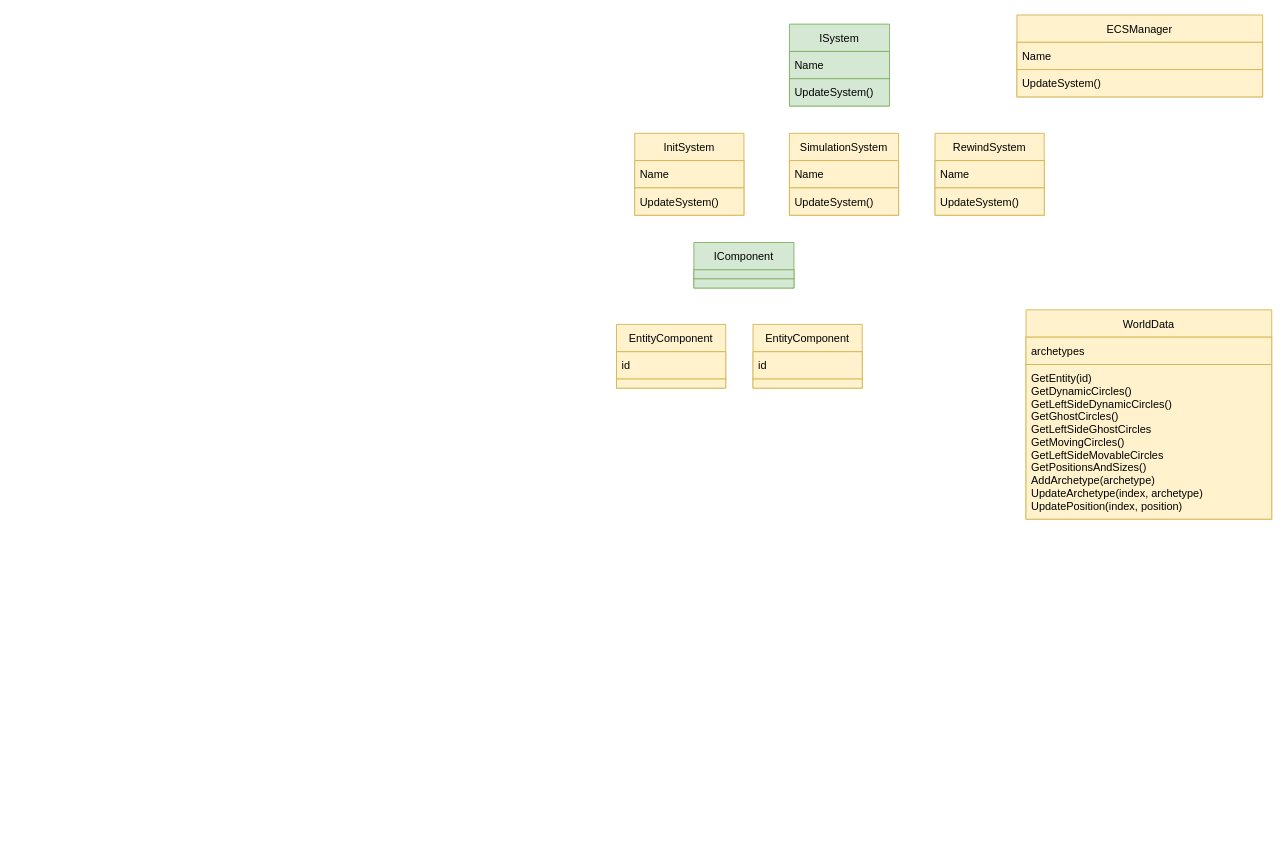
This is Untitled Diagram.drawio from ejurquet/diagrams, a draw.io file, before an edit. Source tidied: cells renumbered, new cells numbered last; positions are measured from the earlier drawing's top-left corner, leaving out a move shared by most shapes. Both pictures are drawn from the tidied source at 91%, with x=0, y=0 at pixel (616, 15).
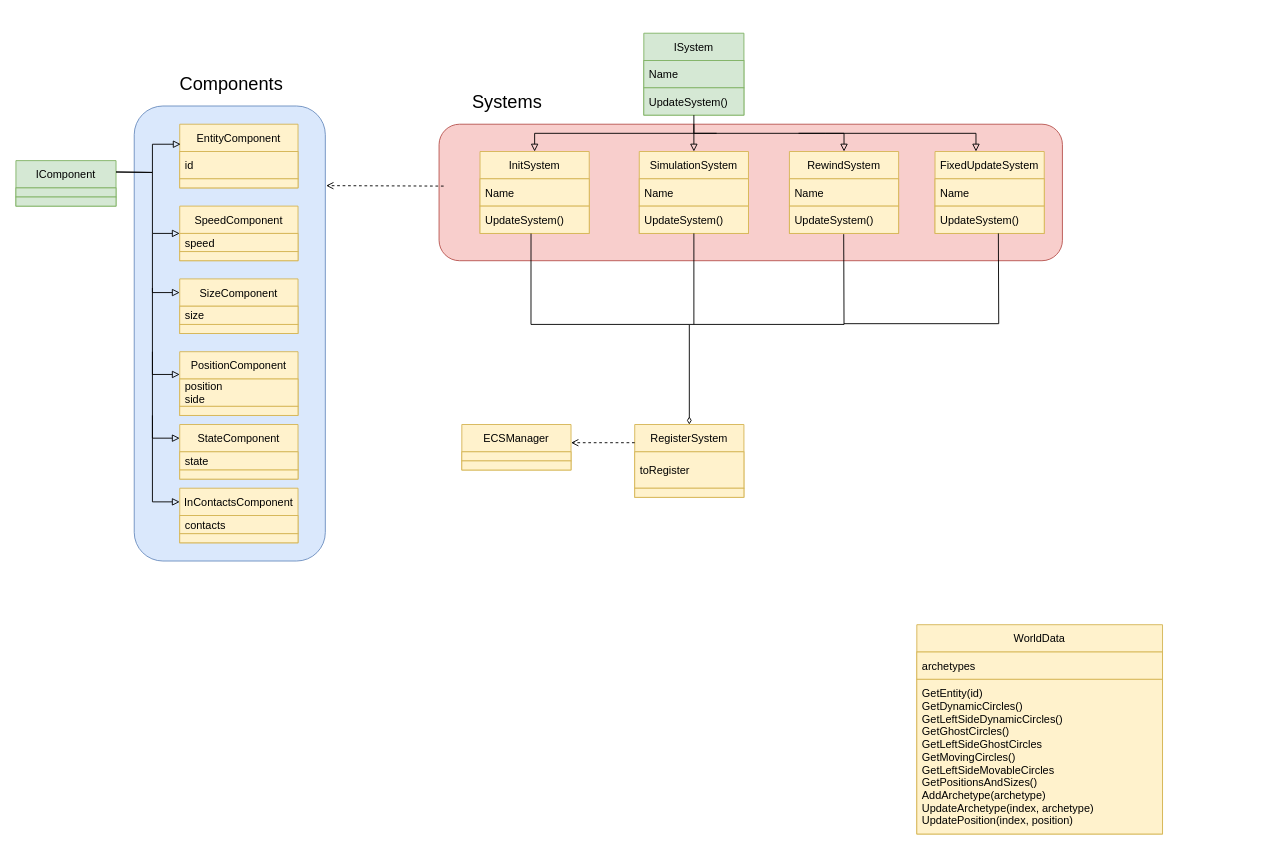
The same diagram, later.

The change refers to these unchanged cells:
```xml
<mxCell id="4" value="UpdateSystem()" style="text;strokeColor=#d6b656;fillColor=#fff2cc;align=left;verticalAlign=middle;spacingLeft=4;spacingRight=4;overflow=hidden;points=[[0,0.5],[1,0.5]];portConstraint=eastwest;" parent="2" vertex="1">
  <mxGeometry y="60" width="120" height="30" as="geometry" />
</mxCell>
<mxCell id="13" value="UpdateSystem()" style="text;strokeColor=#d6b656;fillColor=#fff2cc;align=left;verticalAlign=middle;spacingLeft=4;spacingRight=4;overflow=hidden;points=[[0,0.5],[1,0.5]];portConstraint=eastwest;" parent="11" vertex="1">
  <mxGeometry y="60" width="120" height="30" as="geometry" />
</mxCell>
```

Change to the diagram source:
```diff
@@
+    <mxCell id="29" style="rounded=1;whiteSpace=wrap;html=1;strokeColor=#b85450;fillColor=#f8cecc;" parent="1" vertex="1">
+      <mxGeometry x="-195" y="120" width="685" height="150" as="geometry" />
+    </mxCell>
+    <mxCell id="30" style="rounded=1;whiteSpace=wrap;html=1;strokeColor=#6c8ebf;fillColor=#dae8fc;" parent="1" vertex="1">
+      <mxGeometry x="-530" y="100" width="210" height="500" as="geometry" />
+    </mxCell>
     <mxCell id="2" value="InitSystem" style="swimlane;fontStyle=0;horizontal=1;startSize=30;fillColor=#fff2cc;strokeColor=#d6b656;" parent="1" vertex="1">
-      <mxGeometry x="20" y="130" width="120" height="90" as="geometry" />
+      <mxGeometry x="-150" y="150" width="120" height="90" as="geometry" />
     </mxCell>
@@
     <mxCell id="5" value="ISystem" style="swimlane;fontStyle=0;horizontal=1;startSize=30;fillColor=#d5e8d4;strokeColor=#82b366;" parent="1" vertex="1">
-      <mxGeometry x="190" y="10" width="110" height="90" as="geometry" />
+      <mxGeometry x="30" y="20" width="110" height="90" as="geometry" />
     </mxCell>
@@
     <mxCell id="8" value="SimulationSystem" style="swimlane;fontStyle=0;horizontal=1;startSize=30;fillColor=#fff2cc;strokeColor=#d6b656;" parent="1" vertex="1">
-      <mxGeometry x="190" y="130" width="120" height="90" as="geometry" />
+      <mxGeometry x="25" y="150" width="120" height="90" as="geometry" />
     </mxCell>
@@
     <mxCell id="11" value="RewindSystem" style="swimlane;fontStyle=0;horizontal=1;startSize=30;fillColor=#fff2cc;strokeColor=#d6b656;" parent="1" vertex="1">
-      <mxGeometry x="350" y="130" width="120" height="90" as="geometry" />
+      <mxGeometry x="190" y="150" width="120" height="90" as="geometry" />
     </mxCell>
@@
     <mxCell id="14" value="ECSManager" style="swimlane;fontStyle=0;horizontal=1;startSize=30;fillColor=#fff2cc;strokeColor=#d6b656;" parent="1" vertex="1">
-      <mxGeometry x="440" width="270" height="90" as="geometry" />
+      <mxGeometry x="-170" y="450" width="120" height="50" as="geometry" />
     </mxCell>
-    <mxCell id="15" value="Name" style="text;strokeColor=#d6b656;fillColor=#fff2cc;align=left;verticalAlign=middle;spacingLeft=4;spacingRight=4;overflow=hidden;" parent="14" vertex="1">
-      <mxGeometry y="30" width="270" height="30" as="geometry" />
+    <mxCell id="15" style="text;strokeColor=#d6b656;fillColor=#fff2cc;align=left;verticalAlign=middle;spacingLeft=4;spacingRight=4;overflow=hidden;" parent="14" vertex="1">
+      <mxGeometry y="30" width="120" height="10" as="geometry" />
     </mxCell>
-    <mxCell id="16" value="UpdateSystem()" style="text;strokeColor=#d6b656;fillColor=#fff2cc;align=left;verticalAlign=middle;spacingLeft=4;spacingRight=4;overflow=hidden;" parent="14" vertex="1">
-      <mxGeometry y="60" width="270" height="30" as="geometry" />
+    <mxCell id="16" style="text;strokeColor=#d6b656;fillColor=#fff2cc;align=left;verticalAlign=middle;spacingLeft=4;spacingRight=4;overflow=hidden;" parent="14" vertex="1">
+      <mxGeometry y="40" width="120" height="10" as="geometry" />
     </mxCell>
     <mxCell id="17" value="IComponent" style="swimlane;fontStyle=0;horizontal=1;startSize=30;fillColor=#d5e8d4;strokeColor=#82b366;" parent="1" vertex="1">
-      <mxGeometry x="85" y="250" width="110" height="50" as="geometry" />
+      <mxGeometry x="-660" y="160" width="110" height="50" as="geometry" />
     </mxCell>
@@
-    <mxCell id="20" value="EntityComponent" style="swimlane;fontStyle=0;horizontal=1;startSize=30;fillColor=#fff2cc;strokeColor=#d6b656;" parent="1" vertex="1">
-      <mxGeometry y="340" width="120" height="70" as="geometry" />
+    <mxCell id="20" value="SpeedComponent" style="swimlane;fontStyle=0;horizontal=1;startSize=30;fillColor=#fff2cc;strokeColor=#d6b656;" parent="1" vertex="1">
+      <mxGeometry x="-480" y="210" width="130" height="60" as="geometry" />
     </mxCell>
-    <mxCell id="21" value="id" style="text;strokeColor=#d6b656;fillColor=#fff2cc;align=left;verticalAlign=middle;spacingLeft=4;spacingRight=4;overflow=hidden;" parent="20" vertex="1">
-      <mxGeometry y="30" width="120" height="30" as="geometry" />
+    <mxCell id="21" value="speed" style="text;strokeColor=#d6b656;fillColor=#fff2cc;align=left;verticalAlign=middle;spacingLeft=4;spacingRight=4;overflow=hidden;" parent="20" vertex="1">
+      <mxGeometry y="30" width="130" height="20" as="geometry" />
     </mxCell>
     <mxCell id="22" style="text;strokeColor=#d6b656;fillColor=#fff2cc;align=left;verticalAlign=middle;spacingLeft=4;spacingRight=4;overflow=hidden;" parent="20" vertex="1">
-      <mxGeometry y="60" width="120" height="10" as="geometry" />
+      <mxGeometry y="50" width="130" height="10" as="geometry" />
     </mxCell>
     <mxCell id="23" value="EntityComponent" style="swimlane;fontStyle=0;horizontal=1;startSize=30;fillColor=#fff2cc;strokeColor=#d6b656;" parent="1" vertex="1">
-      <mxGeometry x="150" y="340" width="120" height="70" as="geometry" />
+      <mxGeometry x="-480" y="120" width="130" height="70" as="geometry" />
     </mxCell>
     <mxCell id="24" value="id" style="text;strokeColor=#d6b656;fillColor=#fff2cc;align=left;verticalAlign=middle;spacingLeft=4;spacingRight=4;overflow=hidden;" parent="23" vertex="1">
-      <mxGeometry y="30" width="120" height="30" as="geometry" />
+      <mxGeometry y="30" width="130" height="30" as="geometry" />
     </mxCell>
     <mxCell id="25" style="text;strokeColor=#d6b656;fillColor=#fff2cc;align=left;verticalAlign=middle;spacingLeft=4;spacingRight=4;overflow=hidden;" parent="23" vertex="1">
-      <mxGeometry y="60" width="120" height="10" as="geometry" />
+      <mxGeometry y="60" width="130" height="10" as="geometry" />
     </mxCell>
     <mxCell id="26" value="WorldData" style="swimlane;fontStyle=0;horizontal=1;startSize=30;fillColor=#fff2cc;strokeColor=#d6b656;" parent="1" vertex="1">
-      <mxGeometry x="450" y="324" width="270" height="230" as="geometry" />
+      <mxGeometry x="330" y="670" width="270" height="230" as="geometry" />
     </mxCell>
@@
+    <mxCell id="31" value="RegisterSystem" style="swimlane;fontStyle=0;horizontal=1;startSize=30;fillColor=#fff2cc;strokeColor=#d6b656;" parent="1" vertex="1">
+      <mxGeometry x="20" y="450" width="120" height="80" as="geometry" />
+    </mxCell>
+    <mxCell id="32" value="toRegister" style="text;strokeColor=#d6b656;fillColor=#fff2cc;align=left;verticalAlign=middle;spacingLeft=4;spacingRight=4;overflow=hidden;" parent="31" vertex="1">
+      <mxGeometry y="30" width="120" height="40" as="geometry" />
+    </mxCell>
+    <mxCell id="33" style="text;strokeColor=#d6b656;fillColor=#fff2cc;align=left;verticalAlign=middle;spacingLeft=4;spacingRight=4;overflow=hidden;" parent="31" vertex="1">
+      <mxGeometry y="70" width="120" height="10" as="geometry" />
+    </mxCell>
+    <mxCell id="34" style="endArrow=block;html=1;rounded=0;exitX=0.5;exitY=1;exitDx=0;exitDy=0;entryX=0.5;entryY=0;entryDx=0;entryDy=0;endFill=0;" parent="1" edge="1" source="5" target="8">
+      <mxGeometry relative="1" as="geometry" />
+    </mxCell>
+    <mxCell id="35" style="endArrow=block;html=1;rounded=0;entryX=0.5;entryY=0;entryDx=0;entryDy=0;endFill=0;" parent="1" edge="1" target="11">
+      <mxGeometry relative="1" as="geometry">
+        <mxPoint x="85" y="120" as="sourcePoint" />
+        <Array as="points">
+          <mxPoint x="85" y="130" />
+          <mxPoint x="250" y="130" />
+        </Array>
+      </mxGeometry>
+    </mxCell>
+    <mxCell id="36" style="endArrow=block;html=1;rounded=0;entryX=0.5;entryY=0;entryDx=0;entryDy=0;endFill=0;" parent="1" edge="1" target="2">
+      <mxGeometry relative="1" as="geometry">
+        <mxPoint x="110" y="130" as="sourcePoint" />
+        <Array as="points">
+          <mxPoint x="86" y="130" />
+          <mxPoint x="-90" y="130" />
+        </Array>
+      </mxGeometry>
+    </mxCell>
+    <mxCell id="37" style="endArrow=block;html=1;rounded=0;entryX=0.008;entryY=0.314;entryDx=0;entryDy=0;endFill=0;exitX=1;exitY=0.25;exitDx=0;exitDy=0;entryPerimeter=0;" parent="1" edge="1" source="17" target="23">
+      <mxGeometry relative="1" as="geometry">
+        <Array as="points">
+          <mxPoint x="-510" y="173" />
+          <mxPoint x="-510" y="142" />
+        </Array>
+      </mxGeometry>
+    </mxCell>
+    <mxCell id="38" value="SizeComponent" style="swimlane;fontStyle=0;horizontal=1;startSize=30;fillColor=#fff2cc;strokeColor=#d6b656;" parent="1" vertex="1">
+      <mxGeometry x="-480" y="290" width="130" height="60" as="geometry" />
+    </mxCell>
+    <mxCell id="39" value="size" style="text;strokeColor=#d6b656;fillColor=#fff2cc;align=left;verticalAlign=middle;spacingLeft=4;spacingRight=4;overflow=hidden;" parent="38" vertex="1">
+      <mxGeometry y="30" width="130" height="20" as="geometry" />
+    </mxCell>
+    <mxCell id="40" style="text;strokeColor=#d6b656;fillColor=#fff2cc;align=left;verticalAlign=middle;spacingLeft=4;spacingRight=4;overflow=hidden;" parent="38" vertex="1">
+      <mxGeometry y="50" width="130" height="10" as="geometry" />
+    </mxCell>
+    <mxCell id="41" value="PositionComponent" style="swimlane;fontStyle=0;horizontal=1;startSize=30;fillColor=#fff2cc;strokeColor=#d6b656;" parent="1" vertex="1">
+      <mxGeometry x="-480" y="370" width="130" height="70" as="geometry" />
+    </mxCell>
+    <mxCell id="42" value="position&#10;side" style="text;strokeColor=#d6b656;fillColor=#fff2cc;align=left;verticalAlign=middle;spacingLeft=4;spacingRight=4;overflow=hidden;" parent="41" vertex="1">
+      <mxGeometry y="30" width="130" height="30" as="geometry" />
+    </mxCell>
+    <mxCell id="43" style="text;strokeColor=#d6b656;fillColor=#fff2cc;align=left;verticalAlign=middle;spacingLeft=4;spacingRight=4;overflow=hidden;" parent="41" vertex="1">
+      <mxGeometry y="60" width="130" height="10" as="geometry" />
+    </mxCell>
+    <mxCell id="44" value="StateComponent" style="swimlane;fontStyle=0;horizontal=1;startSize=30;fillColor=#fff2cc;strokeColor=#d6b656;" parent="1" vertex="1">
+      <mxGeometry x="-480" y="450" width="130" height="60" as="geometry" />
+    </mxCell>
+    <mxCell id="45" value="state" style="text;strokeColor=#d6b656;fillColor=#fff2cc;align=left;verticalAlign=middle;spacingLeft=4;spacingRight=4;overflow=hidden;" parent="44" vertex="1">
+      <mxGeometry y="30" width="130" height="20" as="geometry" />
+    </mxCell>
+    <mxCell id="46" style="text;strokeColor=#d6b656;fillColor=#fff2cc;align=left;verticalAlign=middle;spacingLeft=4;spacingRight=4;overflow=hidden;" parent="44" vertex="1">
+      <mxGeometry y="50" width="130" height="10" as="geometry" />
+    </mxCell>
+    <mxCell id="47" value="InContactsComponent" style="swimlane;fontStyle=0;horizontal=1;startSize=30;fillColor=#fff2cc;strokeColor=#d6b656;" parent="1" vertex="1">
+      <mxGeometry x="-480" y="520" width="130" height="60" as="geometry" />
+    </mxCell>
+    <mxCell id="48" value="contacts" style="text;strokeColor=#d6b656;fillColor=#fff2cc;align=left;verticalAlign=middle;spacingLeft=4;spacingRight=4;overflow=hidden;" parent="47" vertex="1">
+      <mxGeometry y="30" width="130" height="20" as="geometry" />
+    </mxCell>
+    <mxCell id="49" style="text;strokeColor=#d6b656;fillColor=#fff2cc;align=left;verticalAlign=middle;spacingLeft=4;spacingRight=4;overflow=hidden;" parent="47" vertex="1">
+      <mxGeometry y="50" width="130" height="10" as="geometry" />
+    </mxCell>
+    <mxCell id="50" style="endArrow=block;html=1;rounded=0;entryX=0;entryY=0.5;entryDx=0;entryDy=0;endFill=0;exitX=1;exitY=0.25;exitDx=0;exitDy=0;" parent="1" edge="1" source="17" target="20">
+      <mxGeometry relative="1" as="geometry">
+        <Array as="points">
+          <mxPoint x="-510" y="173" />
+          <mxPoint x="-510" y="240" />
+        </Array>
+      </mxGeometry>
+    </mxCell>
+    <mxCell id="51" style="endArrow=block;html=1;rounded=0;entryX=0;entryY=0.25;entryDx=0;entryDy=0;endFill=0;" parent="1" edge="1" target="38">
+      <mxGeometry relative="1" as="geometry">
+        <mxPoint x="-510" y="240" as="sourcePoint" />
+        <Array as="points">
+          <mxPoint x="-510" y="305" />
+        </Array>
+      </mxGeometry>
+    </mxCell>
+    <mxCell id="52" style="endArrow=block;html=1;rounded=0;entryX=0;entryY=0.25;entryDx=0;entryDy=0;endFill=0;" parent="1" edge="1">
+      <mxGeometry relative="1" as="geometry">
+        <mxPoint x="-510" y="300" as="sourcePoint" />
+        <mxPoint x="-480" y="395" as="targetPoint" />
+        <Array as="points">
+          <mxPoint x="-510" y="395" />
+        </Array>
+      </mxGeometry>
+    </mxCell>
+    <mxCell id="53" style="endArrow=block;html=1;rounded=0;entryX=0;entryY=0.25;entryDx=0;entryDy=0;endFill=0;" parent="1" edge="1">
+      <mxGeometry relative="1" as="geometry">
+        <mxPoint x="-510" y="370" as="sourcePoint" />
+        <mxPoint x="-480" y="465" as="targetPoint" />
+        <Array as="points">
+          <mxPoint x="-510" y="465" />
+        </Array>
+      </mxGeometry>
+    </mxCell>
+    <mxCell id="54" style="endArrow=block;html=1;rounded=0;entryX=0;entryY=0.25;entryDx=0;entryDy=0;endFill=0;" parent="1" edge="1">
+      <mxGeometry relative="1" as="geometry">
+        <mxPoint x="-510" y="440" as="sourcePoint" />
+        <mxPoint x="-480" y="535" as="targetPoint" />
+        <Array as="points">
+          <mxPoint x="-510" y="535" />
+        </Array>
+      </mxGeometry>
+    </mxCell>
+    <mxCell id="55" value="FixedUpdateSystem" style="swimlane;fontStyle=0;horizontal=1;startSize=30;fillColor=#fff2cc;strokeColor=#d6b656;" parent="1" vertex="1">
+      <mxGeometry x="350" y="150" width="120" height="90" as="geometry" />
+    </mxCell>
+    <mxCell id="56" value="Name" style="text;strokeColor=#d6b656;fillColor=#fff2cc;align=left;verticalAlign=middle;spacingLeft=4;spacingRight=4;overflow=hidden;" parent="55" vertex="1">
+      <mxGeometry y="30" width="120" height="30" as="geometry" />
+    </mxCell>
+    <mxCell id="57" value="UpdateSystem()" style="text;strokeColor=#d6b656;fillColor=#fff2cc;align=left;verticalAlign=middle;spacingLeft=4;spacingRight=4;overflow=hidden;" parent="55" vertex="1">
+      <mxGeometry y="60" width="120" height="30" as="geometry" />
+    </mxCell>
+    <mxCell id="58" style="endArrow=block;html=1;rounded=0;entryX=0.5;entryY=0;entryDx=0;entryDy=0;endFill=0;" parent="1" edge="1">
+      <mxGeometry relative="1" as="geometry">
+        <mxPoint x="200" y="130" as="sourcePoint" />
+        <mxPoint x="395" y="150" as="targetPoint" />
+        <Array as="points">
+          <mxPoint x="230" y="130" />
+          <mxPoint x="395" y="130" />
+        </Array>
+      </mxGeometry>
+    </mxCell>
+    <mxCell id="59" style="endArrow=diamondThin;html=1;rounded=0;exitX=0.467;exitY=1.005;exitDx=0;exitDy=0;exitPerimeter=0;entryX=0.5;entryY=0;entryDx=0;entryDy=0;endFill=0;" parent="1" edge="1" source="4" target="31">
+      <mxGeometry relative="1" as="geometry">
+        <Array as="points">
+          <mxPoint x="-94" y="340" />
+          <mxPoint x="80" y="340" />
+        </Array>
+      </mxGeometry>
+    </mxCell>
+    <mxCell id="60" style="endArrow=none;html=1;rounded=0;entryX=0.5;entryY=1;entryDx=0;entryDy=0;" parent="1" edge="1" target="8">
+      <mxGeometry relative="1" as="geometry">
+        <mxPoint x="85" y="340" as="sourcePoint" />
+      </mxGeometry>
+    </mxCell>
+    <mxCell id="61" style="endArrow=none;html=1;rounded=0;entryX=0.497;entryY=1.028;entryDx=0;entryDy=0;entryPerimeter=0;" parent="1" edge="1" target="13">
+      <mxGeometry relative="1" as="geometry">
+        <mxPoint x="80" y="340" as="sourcePoint" />
+        <Array as="points">
+          <mxPoint x="250" y="340" />
+        </Array>
+      </mxGeometry>
+    </mxCell>
+    <mxCell id="62" style="endArrow=none;html=1;rounded=0;entryX=0.497;entryY=1.028;entryDx=0;entryDy=0;entryPerimeter=0;" parent="1" edge="1">
+      <mxGeometry relative="1" as="geometry">
+        <mxPoint x="250" y="339.2" as="sourcePoint" />
+        <mxPoint x="419.6" y="240" as="targetPoint" />
+        <Array as="points">
+          <mxPoint x="420" y="339.2" />
+        </Array>
+      </mxGeometry>
+    </mxCell>
+    <mxCell id="63" style="endArrow=open;html=1;rounded=0;exitX=0;exitY=0.25;exitDx=0;exitDy=0;endFill=0;dashed=1;" parent="1" edge="1" source="31">
+      <mxGeometry relative="1" as="geometry">
+        <mxPoint x="-50" y="470" as="targetPoint" />
+      </mxGeometry>
+    </mxCell>
+    <mxCell id="64" style="endArrow=open;html=1;rounded=0;endFill=0;startArrow=none;startFill=0;entryX=1.004;entryY=0.175;entryDx=0;entryDy=0;entryPerimeter=0;dashed=1;" parent="1" edge="1" target="30">
+      <mxGeometry relative="1" as="geometry">
+        <mxPoint x="-190" y="188" as="sourcePoint" />
+      </mxGeometry>
+    </mxCell>
+    <mxCell id="65" value="&lt;font style=&quot;font-size: 20px&quot;&gt;Components&lt;/font&gt;" style="text;html=1;strokeColor=none;fillColor=none;align=center;verticalAlign=middle;whiteSpace=wrap;rounded=0;" parent="1" vertex="1">
+      <mxGeometry x="-453" y="60" width="60" height="30" as="geometry" />
+    </mxCell>
+    <mxCell id="66" value="&lt;font style=&quot;font-size: 20px&quot;&gt;Systems&lt;/font&gt;" style="text;html=1;strokeColor=none;fillColor=none;align=center;verticalAlign=middle;whiteSpace=wrap;rounded=0;" parent="1" vertex="1">
+      <mxGeometry x="-150" y="80" width="60" height="30" as="geometry" />
+    </mxCell>
```
